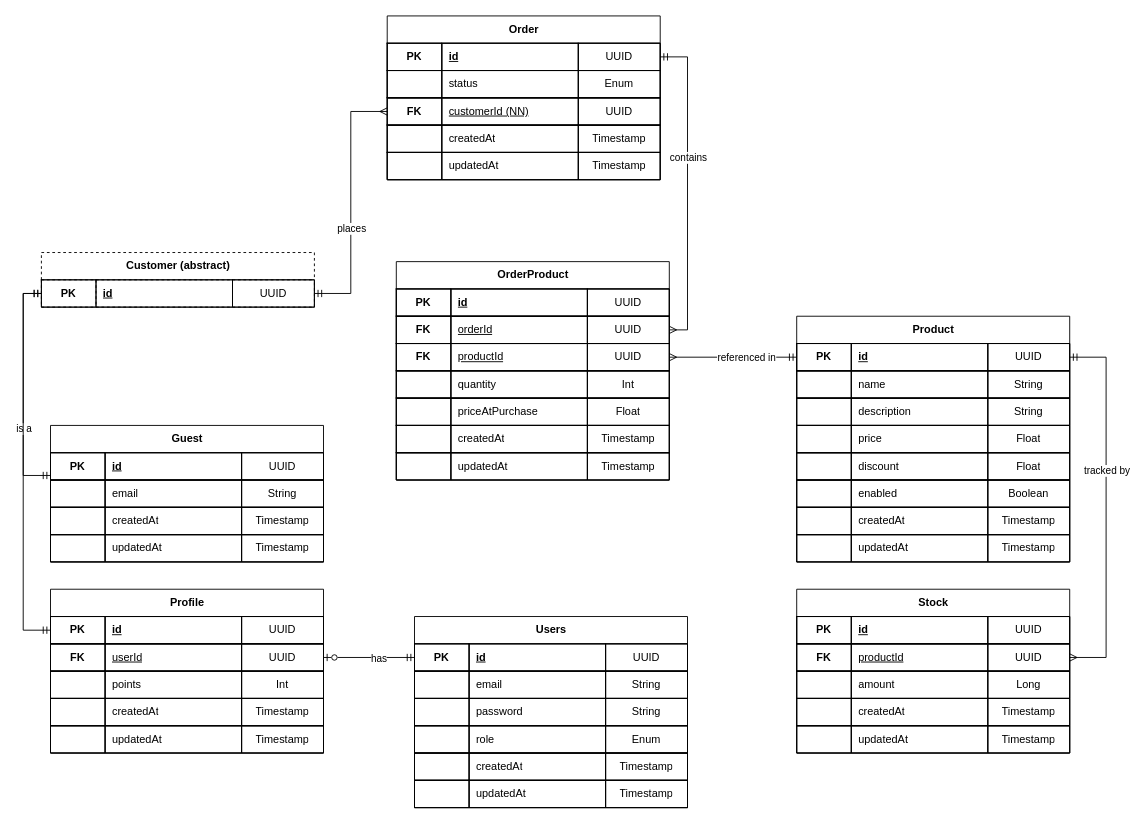
This is docs/erd.drawio from Bulgaria2026/MicroMarketApi, a draw.io file, before an edit. Source tidied: cells renumbered, new cells numbered last; positions are measured from the earlier drawing's top-left corner, leaving out a move shared by most shapes. Both pictures are drawn from the tidied source at 91%, with x=0, y=0 at pixel (23, 15).
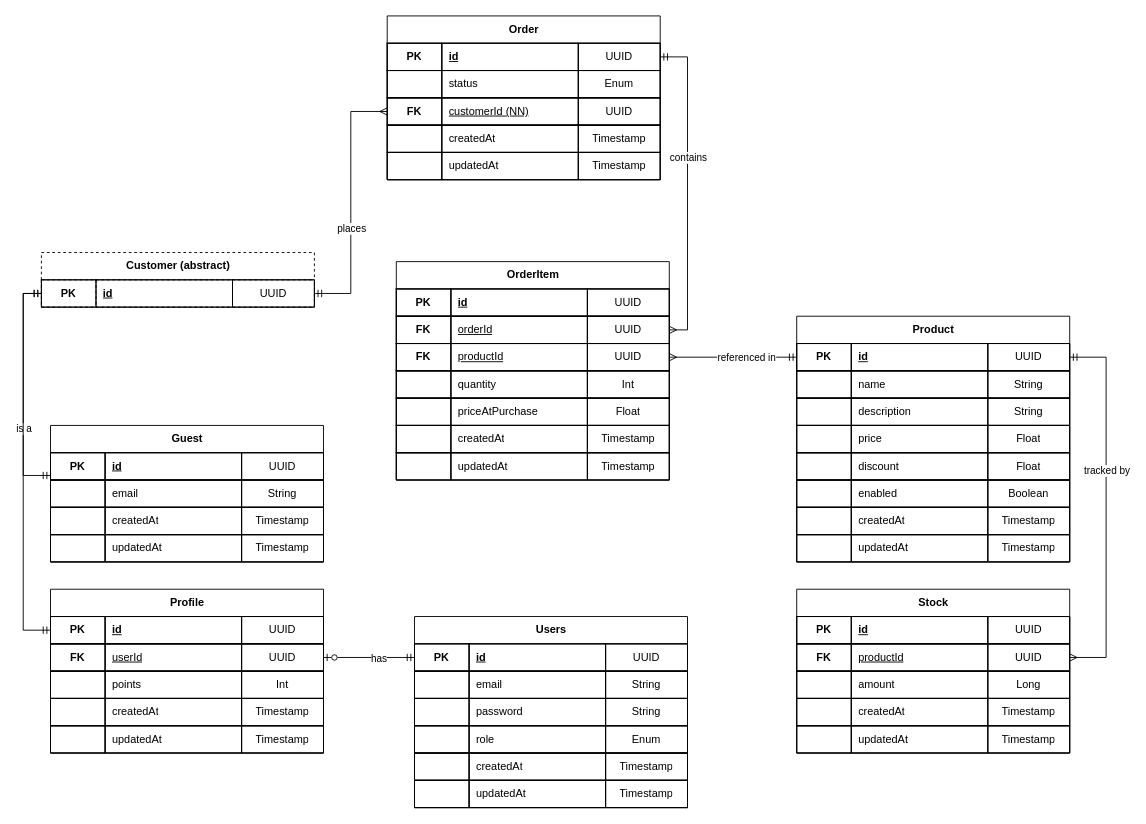
The same page after the edit.

What changed in the source:
```diff
@@
-    <mxCell id="91" value="OrderProduct" style="shape=table;startSize=30;childLayout=tableLayout;rowLines=1;fontStyle=1;align=center;html=1;" parent="1" vertex="1">
+    <mxCell id="91" value="OrderItem" style="shape=table;startSize=30;childLayout=tableLayout;rowLines=1;fontStyle=1;align=center;html=1;" parent="1" vertex="1">
       <mxGeometry x="410" y="270" width="300" height="240" as="geometry" />
     </mxCell>
```
